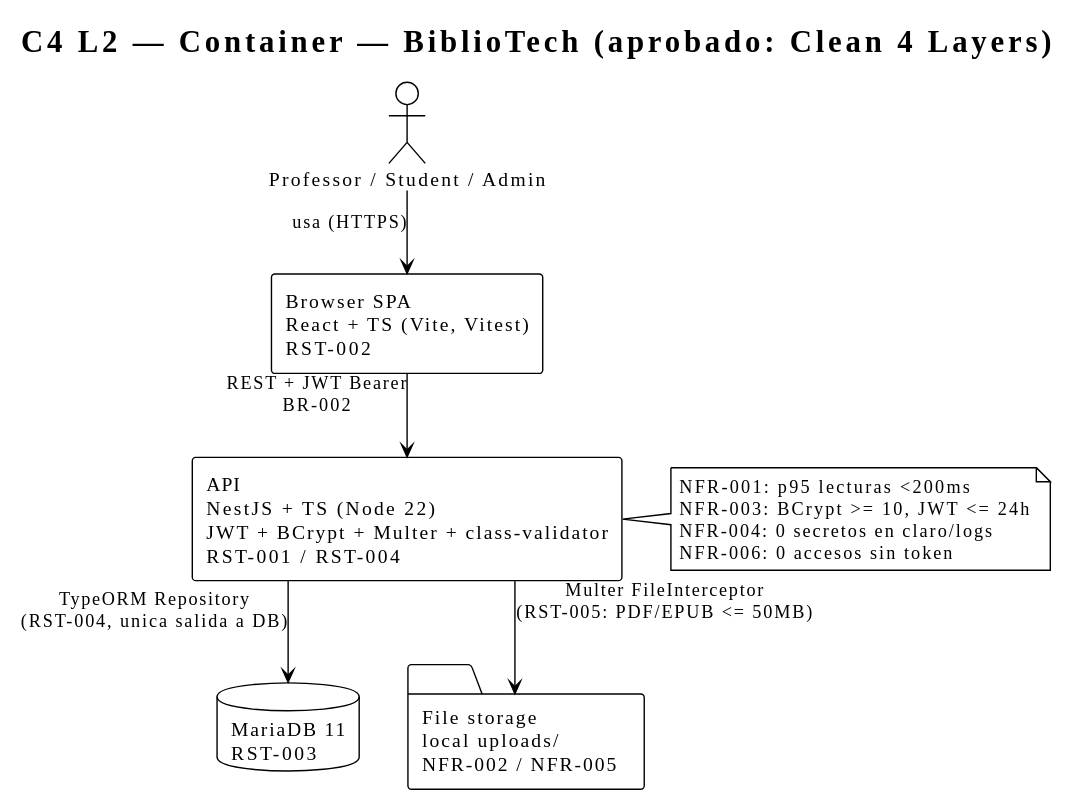
The PlantUML diagram 2026-09-29-laboratorio-bibliotech/docs/03-architecture/c4-container.svg in estebanmatias92/tecnicatura-practicas-profesionalizantes-ii, before a commit.
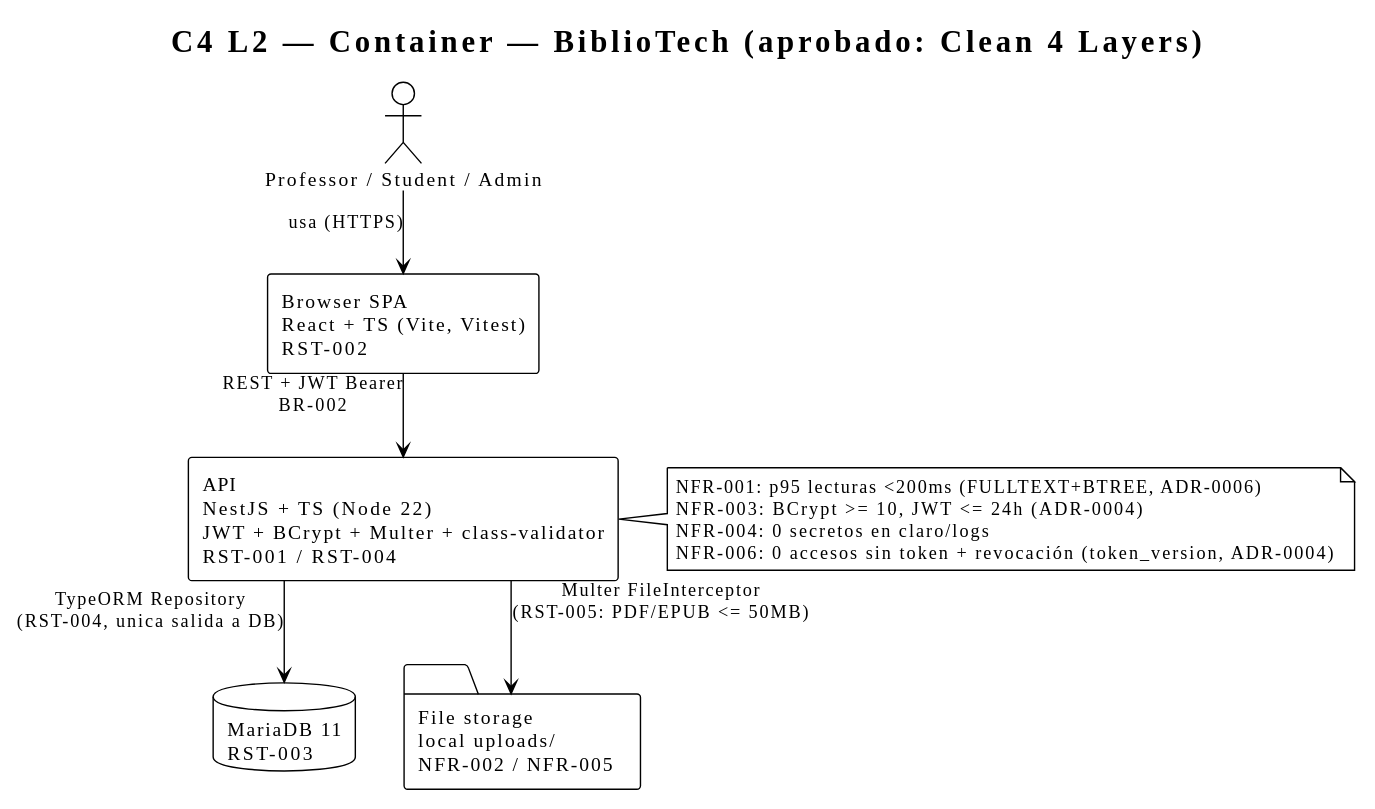
Above is the later version.

The edit, as a diff of the source:
```diff
@@ -17,9 +17,9 @@
 api --> fs : "Multer FileInterceptor\n(RST-005: PDF/EPUB <= 50MB)"
 
 note right of api
-  NFR-001: p95 lecturas <200ms
-  NFR-003: BCrypt >= 10, JWT <= 24h
+  NFR-001: p95 lecturas <200ms (FULLTEXT+BTREE, ADR-0006)
+  NFR-003: BCrypt >= 10, JWT <= 24h (ADR-0004)
   NFR-004: 0 secretos en claro/logs
-  NFR-006: 0 accesos sin token
+  NFR-006: 0 accesos sin token + revocación (token_version, ADR-0004)
 end note
 @enduml
```
